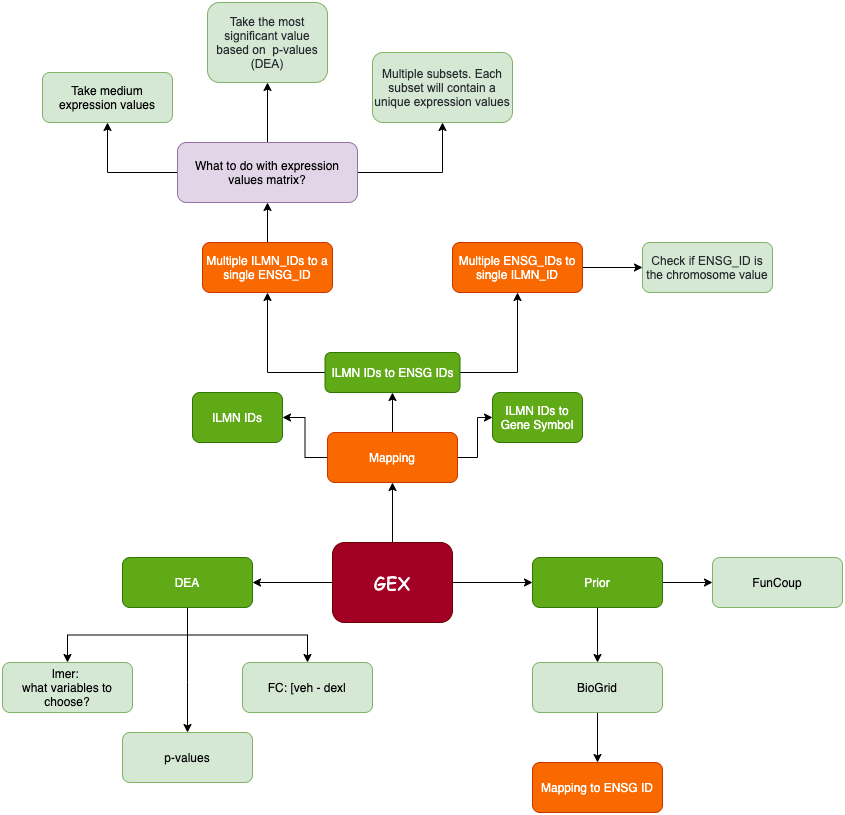
The draw.io diagram images/gex.png in ahryho/dex-stim-human-kimono, before a commit. Source tidied: cells renumbered, new cells last; positions are measured from the earlier drawing's top-left corner, leaving out a move shared by most shapes.
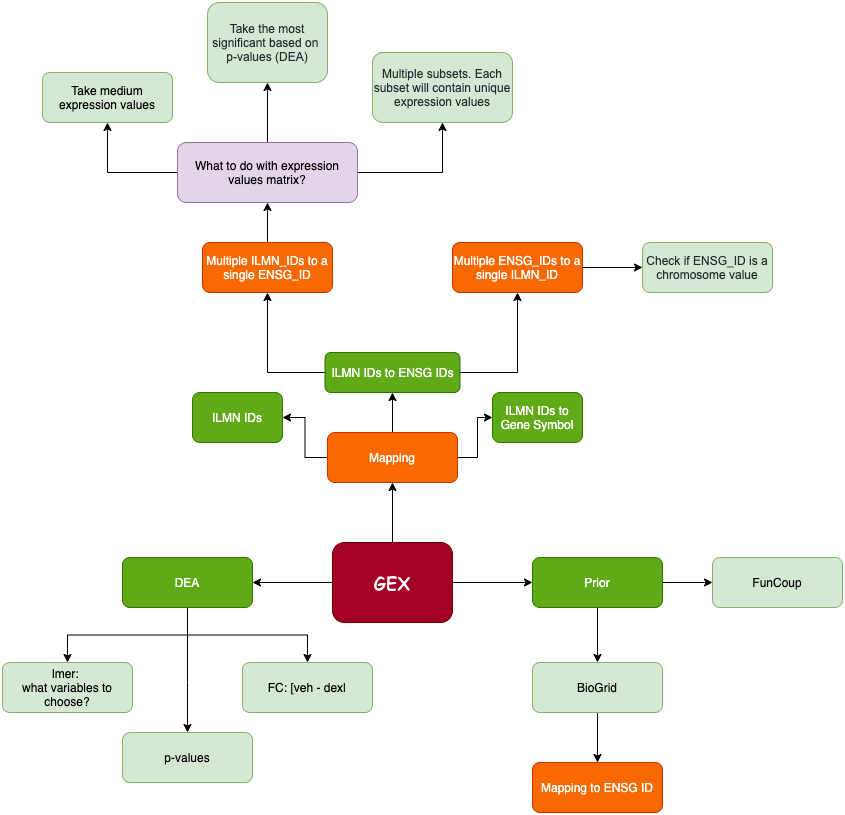
The same diagram one commit later.

Change to the diagram source:
```diff
@@ -49,19 +49,19 @@
     <mxCell id="16" style="edgeStyle=orthogonalEdgeStyle;rounded=0;jettySize=auto;html=1;exitX=1;exitY=0.5;exitDx=0;exitDy=0;entryX=0;entryY=0.5;entryDx=0;entryDy=0;" parent="1" edge="1" source="17" target="21">
       <mxGeometry relative="1" as="geometry" />
     </mxCell>
-    <mxCell id="17" value="Multiple ENSG_IDs to single ILMN_ID" style="rounded=1;whiteSpace=wrap;html=1;fillColor=#fa6800;strokeColor=#C73500;fontColor=#ffffff;" parent="1" vertex="1">
+    <mxCell id="17" value="Multiple ENSG_IDs to a single ILMN_ID" style="rounded=1;whiteSpace=wrap;html=1;fillColor=#fa6800;strokeColor=#C73500;fontColor=#ffffff;" parent="1" vertex="1">
       <mxGeometry x="450" y="240" width="130" height="50" as="geometry" />
     </mxCell>
     <mxCell id="18" value="&lt;div&gt;Take medium expression values&lt;/div&gt;" style="rounded=1;whiteSpace=wrap;html=1;fillColor=#d5e8d4;strokeColor=#82b366;" parent="1" vertex="1">
       <mxGeometry x="40" y="70" width="130" height="50" as="geometry" />
     </mxCell>
-    <mxCell id="19" value="&lt;span id=&quot;docs-internal-guid-5940cdcc-7fff-42a0-8570-b7c60de27368&quot;&gt;&lt;span style=&quot;font-family: &amp;#34;arial&amp;#34; ; color: rgb(36 , 41 , 46) ; background-color: transparent ; vertical-align: baseline&quot;&gt;&lt;font style=&quot;font-size: 12px&quot;&gt;Take the most significant value based on&amp;nbsp; p-values (DEA)&lt;/font&gt;&lt;/span&gt;&lt;/span&gt;" style="rounded=1;whiteSpace=wrap;html=1;fillColor=#d5e8d4;strokeColor=#82b366;" parent="1" vertex="1">
+    <mxCell id="19" value="&lt;span id=&quot;docs-internal-guid-5940cdcc-7fff-42a0-8570-b7c60de27368&quot;&gt;&lt;span style=&quot;font-family: &amp;#34;arial&amp;#34; ; color: rgb(36 , 41 , 46) ; background-color: transparent ; vertical-align: baseline&quot;&gt;&lt;font style=&quot;font-size: 12px&quot;&gt;Take the most significant based on&amp;nbsp; p-values (DEA)&lt;/font&gt;&lt;/span&gt;&lt;/span&gt;" style="rounded=1;whiteSpace=wrap;html=1;fillColor=#d5e8d4;strokeColor=#82b366;" parent="1" vertex="1">
       <mxGeometry x="205" width="120" height="80" as="geometry" />
     </mxCell>
-    <mxCell id="20" value="&lt;span id=&quot;docs-internal-guid-695f2e48-7fff-550b-93dc-30058cbb87dc&quot;&gt;&lt;span style=&quot;font-family: &amp;#34;arial&amp;#34; ; color: rgb(36 , 41 , 46) ; background-color: transparent ; vertical-align: baseline&quot;&gt;&lt;font style=&quot;font-size: 12px&quot;&gt;Multiple subsets. Each subset will contain a unique expression values &lt;/font&gt;&lt;/span&gt;&lt;/span&gt;" style="rounded=1;whiteSpace=wrap;html=1;fillColor=#d5e8d4;strokeColor=#82b366;" parent="1" vertex="1">
+    <mxCell id="20" value="&lt;span id=&quot;docs-internal-guid-695f2e48-7fff-550b-93dc-30058cbb87dc&quot;&gt;&lt;span style=&quot;font-family: &amp;#34;arial&amp;#34; ; color: rgb(36 , 41 , 46) ; background-color: transparent ; vertical-align: baseline&quot;&gt;&lt;font style=&quot;font-size: 12px&quot;&gt;Multiple subsets. Each subset will contain unique expression values &lt;/font&gt;&lt;/span&gt;&lt;/span&gt;" style="rounded=1;whiteSpace=wrap;html=1;fillColor=#d5e8d4;strokeColor=#82b366;" parent="1" vertex="1">
       <mxGeometry x="370" y="50" width="140" height="70" as="geometry" />
     </mxCell>
-    <mxCell id="21" value="&lt;span id=&quot;docs-internal-guid-9e273c50-7fff-06d5-8a42-18f65ef16003&quot;&gt;&lt;span style=&quot;font-family: &amp;#34;arial&amp;#34; ; color: rgb(36 , 41 , 46) ; background-color: transparent ; vertical-align: baseline&quot;&gt;&lt;font style=&quot;font-size: 12px&quot;&gt;Check if ENSG_ID is the chromosome value&lt;/font&gt;&lt;/span&gt;&lt;/span&gt;" style="rounded=1;whiteSpace=wrap;html=1;fillColor=#d5e8d4;strokeColor=#82b366;" parent="1" vertex="1">
+    <mxCell id="21" value="&lt;span id=&quot;docs-internal-guid-9e273c50-7fff-06d5-8a42-18f65ef16003&quot;&gt;&lt;span style=&quot;font-family: &amp;#34;arial&amp;#34; ; color: rgb(36 , 41 , 46) ; background-color: transparent ; vertical-align: baseline&quot;&gt;&lt;font style=&quot;font-size: 12px&quot;&gt;Check if ENSG_ID is a chromosome value&lt;/font&gt;&lt;/span&gt;&lt;/span&gt;" style="rounded=1;whiteSpace=wrap;html=1;fillColor=#d5e8d4;strokeColor=#82b366;" parent="1" vertex="1">
       <mxGeometry x="640" y="240" width="130" height="50" as="geometry" />
     </mxCell>
     <mxCell id="22" style="edgeStyle=orthogonalEdgeStyle;rounded=0;jettySize=auto;html=1;exitX=0.5;exitY=1;exitDx=0;exitDy=0;entryX=0.5;entryY=0;entryDx=0;entryDy=0;" parent="1" edge="1" source="25" target="27">
```
